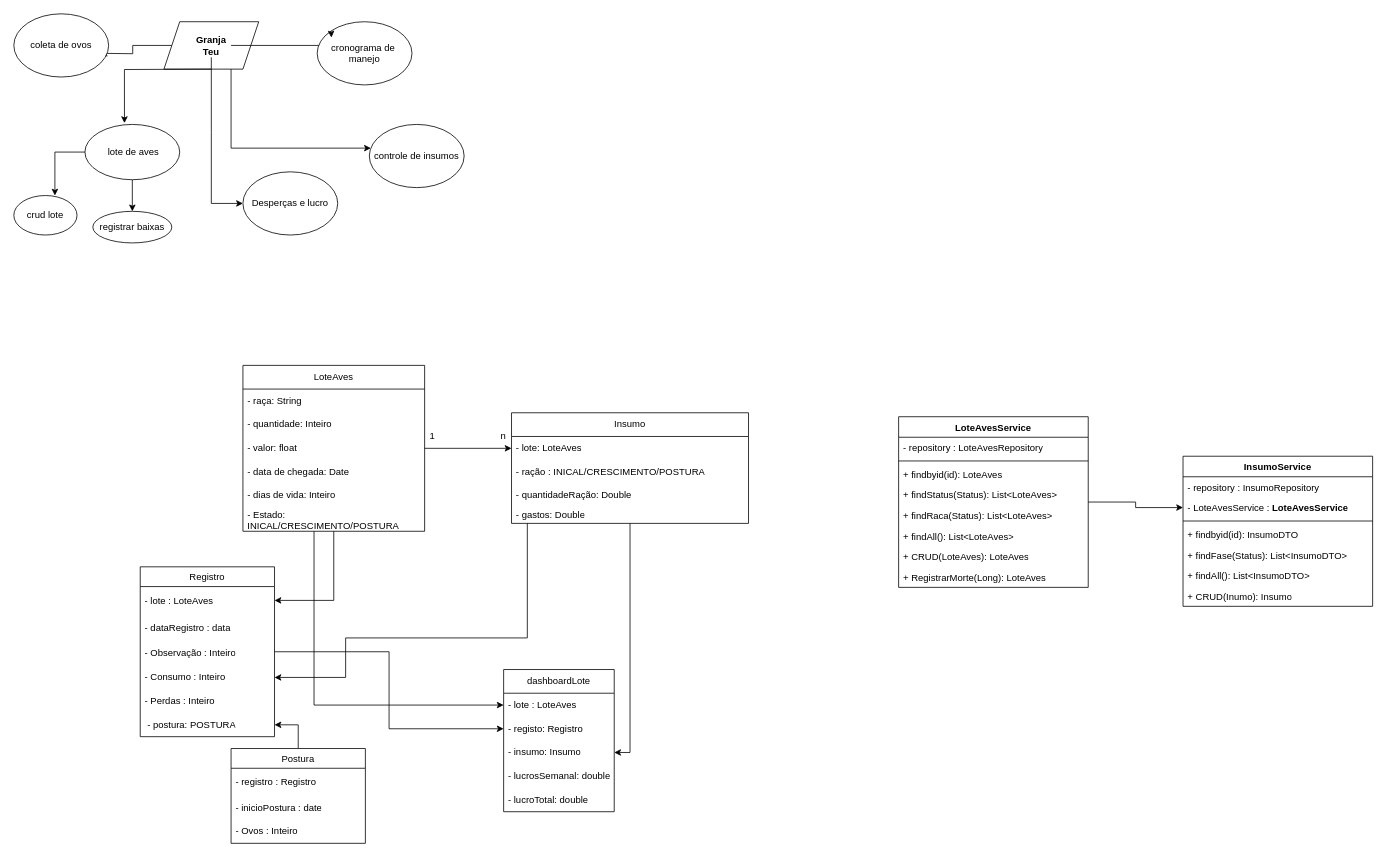
Earlier version of the draw.io diagram teugranja.drawio (SpiderTheus/granjateu). Source tidied: cells renumbered, new cells numbered last; positions are measured from the earlier drawing's top-left corner, leaving out a move shared by most shapes. Both pictures are drawn from the tidied source at 79%, with x=0, y=0 at pixel (13, 13).
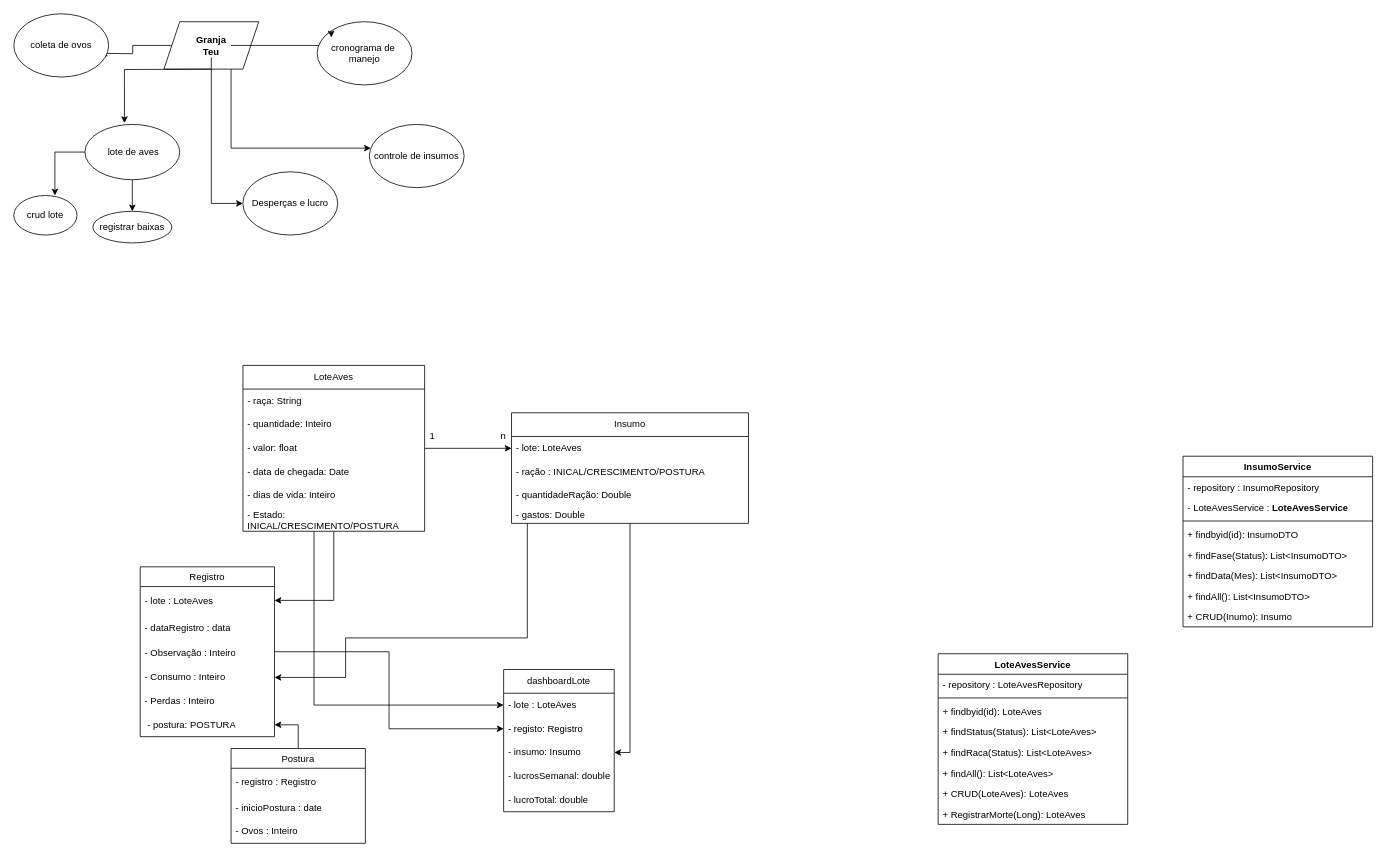
The same page after the edit.

The change refers to these unchanged cells:
```xml
<mxCell id="69" value="- LoteAvesService :&amp;nbsp;&lt;span style=&quot;font-weight: 700; text-align: center;&quot;&gt;LoteAvesService&lt;/span&gt;" style="text;strokeColor=none;fillColor=none;align=left;verticalAlign=top;spacingLeft=4;spacingRight=4;overflow=hidden;points=[[0,0.5],[1,0.5]];portConstraint=eastwest;whiteSpace=wrap;html=1;" parent="67" vertex="1">
  <mxGeometry y="52" width="240" height="26" as="geometry" />
</mxCell>
```

Change to the diagram source:
```diff
@@
-    <mxCell id="57" style="edgeStyle=orthogonalEdgeStyle;rounded=0;jettySize=auto;html=1;" parent="1" edge="1" source="58" target="69">
-      <mxGeometry relative="1" as="geometry" />
-    </mxCell>
     <mxCell id="58" value="LoteAvesService" style="swimlane;fontStyle=1;align=center;verticalAlign=top;horizontal=1;startSize=26;whiteSpace=wrap;html=1;" parent="1" vertex="1">
-      <mxGeometry x="1120" y="510" width="240" height="216" as="geometry" />
+      <mxGeometry x="1170" y="810" width="240" height="216" as="geometry" />
     </mxCell>
@@
     <mxCell id="67" value="InsumoService" style="swimlane;fontStyle=1;align=center;verticalAlign=top;horizontal=1;startSize=26;whiteSpace=wrap;html=1;" parent="1" vertex="1">
-      <mxGeometry x="1480" y="560" width="240" height="190" as="geometry" />
+      <mxGeometry x="1480" y="560" width="240" height="216" as="geometry" />
     </mxCell>
@@
+    <mxCell id="75" value="+ findData(Mes): List&amp;lt;InsumoDTO&amp;gt;" style="text;strokeColor=none;fillColor=none;align=left;verticalAlign=top;spacingLeft=4;spacingRight=4;overflow=hidden;whiteSpace=wrap;html=1;" parent="67" vertex="1">
+      <mxGeometry y="138" width="240" height="26" as="geometry" />
+    </mxCell>
     <mxCell id="73" value="+ findAll(): List&amp;lt;InsumoDTO&amp;gt;" style="text;strokeColor=none;fillColor=none;align=left;verticalAlign=top;spacingLeft=4;spacingRight=4;overflow=hidden;whiteSpace=wrap;html=1;" parent="67" vertex="1">
-      <mxGeometry y="138" width="240" height="26" as="geometry" />
+      <mxGeometry y="164" width="240" height="26" as="geometry" />
     </mxCell>
     <mxCell id="74" value="+ CRUD(Inumo): Insumo" style="text;strokeColor=none;fillColor=none;align=left;verticalAlign=top;spacingLeft=4;spacingRight=4;overflow=hidden;whiteSpace=wrap;html=1;" parent="67" vertex="1">
-      <mxGeometry y="164" width="240" height="26" as="geometry" />
+      <mxGeometry y="190" width="240" height="26" as="geometry" />
     </mxCell>
```
